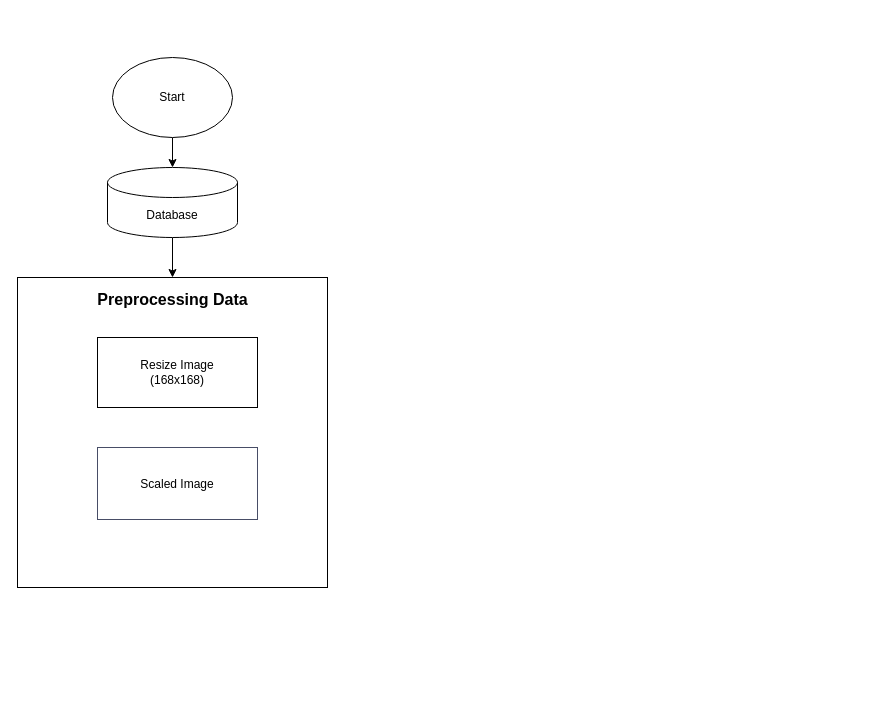
husfuu/cnn-sasirangan keeps this draw.io diagram as Untitled Diagram.drawio. Above is the earlier version. Source tidied: cells renumbered, new cells numbered last; positions are measured from the earlier drawing's top-left corner, leaving out a move shared by most shapes. Both pictures are drawn from the tidied source at 100%, with x=0, y=0 at pixel (17, 57).
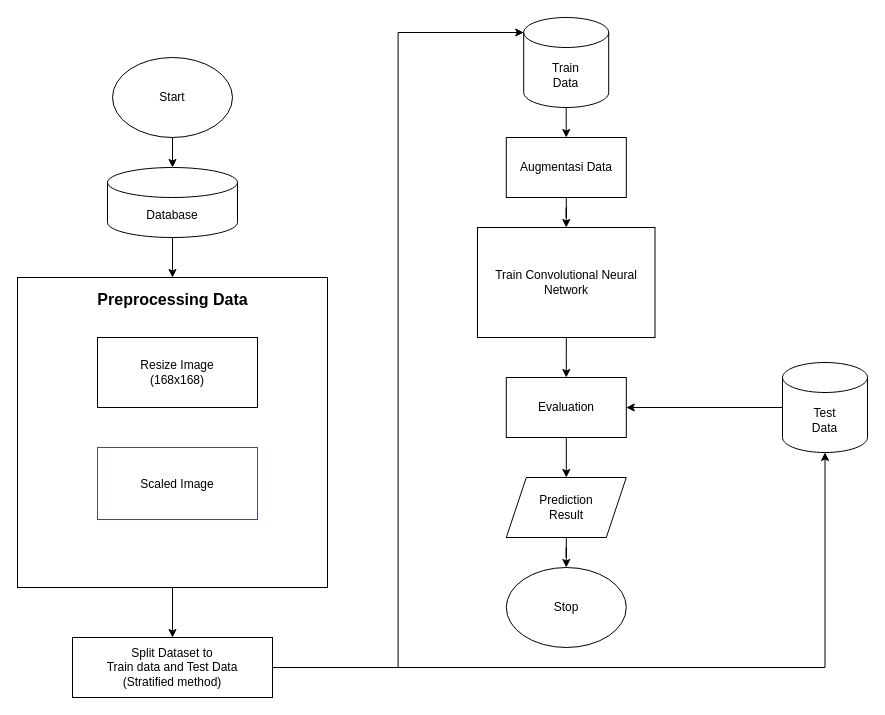
The same diagram, later.

Unchanged cells that the change refers to:
```xml
<mxCell id="7" style="whiteSpace=wrap;html=1;" parent="6" vertex="1">
  <mxGeometry width="310" height="310" as="geometry" />
</mxCell>
```

Diff of the diagram source:
```diff
@@
+    <mxCell id="11" style="edgeStyle=orthogonalEdgeStyle;rounded=0;jettySize=auto;html=1;" parent="1" edge="1" source="13" target="16">
+      <mxGeometry relative="1" as="geometry" />
+    </mxCell>
+    <mxCell id="12" style="edgeStyle=orthogonalEdgeStyle;rounded=0;jettySize=auto;html=1;entryX=0;entryY=0;entryDx=0;entryDy=15;entryPerimeter=0;" parent="1" edge="1" source="13" target="18">
+      <mxGeometry relative="1" as="geometry" />
+    </mxCell>
+    <mxCell id="13" value="Split Dataset to &lt;br&gt;Train data and Test Data&lt;br&gt;(Stratified method)" style="rounded=0;whiteSpace=wrap;html=1;" parent="1" vertex="1">
+      <mxGeometry x="55" y="580" width="200" height="60" as="geometry" />
+    </mxCell>
+    <mxCell id="14" style="edgeStyle=orthogonalEdgeStyle;rounded=0;jettySize=auto;html=1;" parent="1" edge="1" source="7" target="13">
+      <mxGeometry relative="1" as="geometry" />
+    </mxCell>
+    <mxCell id="15" style="edgeStyle=orthogonalEdgeStyle;rounded=0;jettySize=auto;html=1;" parent="1" edge="1" source="16" target="20">
+      <mxGeometry relative="1" as="geometry" />
+    </mxCell>
+    <mxCell id="16" value="Test&lt;br&gt;Data" style="shape=cylinder3;whiteSpace=wrap;html=1;boundedLbl=1;backgroundOutline=1;size=15;" parent="1" vertex="1">
+      <mxGeometry x="765" y="305" width="85" height="90" as="geometry" />
+    </mxCell>
+    <mxCell id="17" style="group;" parent="1" vertex="1">
+      <mxGeometry x="460" y="-40" width="177.5" height="630" as="geometry" />
+    </mxCell>
+    <mxCell id="18" value="Train&lt;br&gt;Data" style="shape=cylinder3;whiteSpace=wrap;html=1;boundedLbl=1;backgroundOutline=1;size=15;" parent="17" vertex="1">
+      <mxGeometry x="46.2" width="85" height="90" as="geometry" />
+    </mxCell>
+    <mxCell id="19" value="Train Convolutional Neural Network" style="rounded=0;whiteSpace=wrap;html=1;" parent="17" vertex="1">
+      <mxGeometry y="210" width="177.5" height="110" as="geometry" />
+    </mxCell>
+    <mxCell id="20" value="Evaluation" style="whiteSpace=wrap;html=1;rounded=0;" parent="17" vertex="1">
+      <mxGeometry x="28.8" y="360" width="120" height="60" as="geometry" />
+    </mxCell>
+    <mxCell id="21" style="edgeStyle=orthogonalEdgeStyle;rounded=0;jettySize=auto;html=1;" parent="17" edge="1" source="19" target="20">
+      <mxGeometry relative="1" as="geometry" />
+    </mxCell>
+    <mxCell id="22" value="Prediction&lt;br&gt;Result" style="shape=parallelogram;perimeter=parallelogramPerimeter;whiteSpace=wrap;html=1;fixedSize=1;rounded=0;" parent="17" vertex="1">
+      <mxGeometry x="28.8" y="460" width="120" height="60" as="geometry" />
+    </mxCell>
+    <mxCell id="23" style="edgeStyle=orthogonalEdgeStyle;rounded=0;jettySize=auto;html=1;" parent="17" edge="1" source="20" target="22">
+      <mxGeometry relative="1" as="geometry" />
+    </mxCell>
+    <mxCell id="24" value="Stop" style="ellipse;whiteSpace=wrap;html=1;" parent="17" vertex="1">
+      <mxGeometry x="28.8" y="550" width="120" height="80" as="geometry" />
+    </mxCell>
+    <mxCell id="25" style="edgeStyle=orthogonalEdgeStyle;rounded=0;jettySize=auto;html=1;" parent="17" edge="1" source="22" target="24">
+      <mxGeometry relative="1" as="geometry" />
+    </mxCell>
+    <mxCell id="26" style="edgeStyle=orthogonalEdgeStyle;rounded=0;jettySize=auto;html=1;entryX=0.5;entryY=0;entryDx=0;entryDy=0;" parent="17" edge="1" source="27" target="19">
+      <mxGeometry relative="1" as="geometry" />
+    </mxCell>
+    <mxCell id="27" value="Augmentasi Data" style="rounded=0;whiteSpace=wrap;html=1;" parent="17" vertex="1">
+      <mxGeometry x="28.8" y="120" width="120" height="60" as="geometry" />
+    </mxCell>
+    <mxCell id="28" style="edgeStyle=orthogonalEdgeStyle;rounded=0;jettySize=auto;html=1;entryX=0.5;entryY=0;entryDx=0;entryDy=0;" parent="17" edge="1" source="18" target="27">
+      <mxGeometry relative="1" as="geometry" />
+    </mxCell>
```
